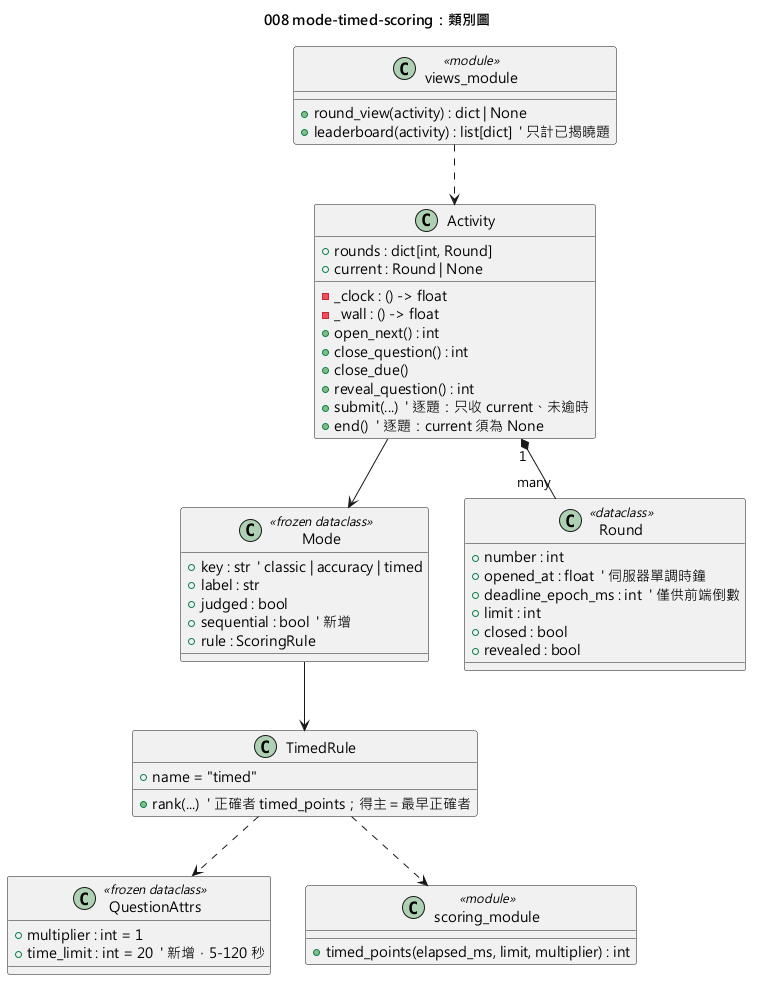
Before: diagrams/008-mode-timed-scoring-class.png, a diagram exported from PlantUML (yue083139/software_fin-speckit).
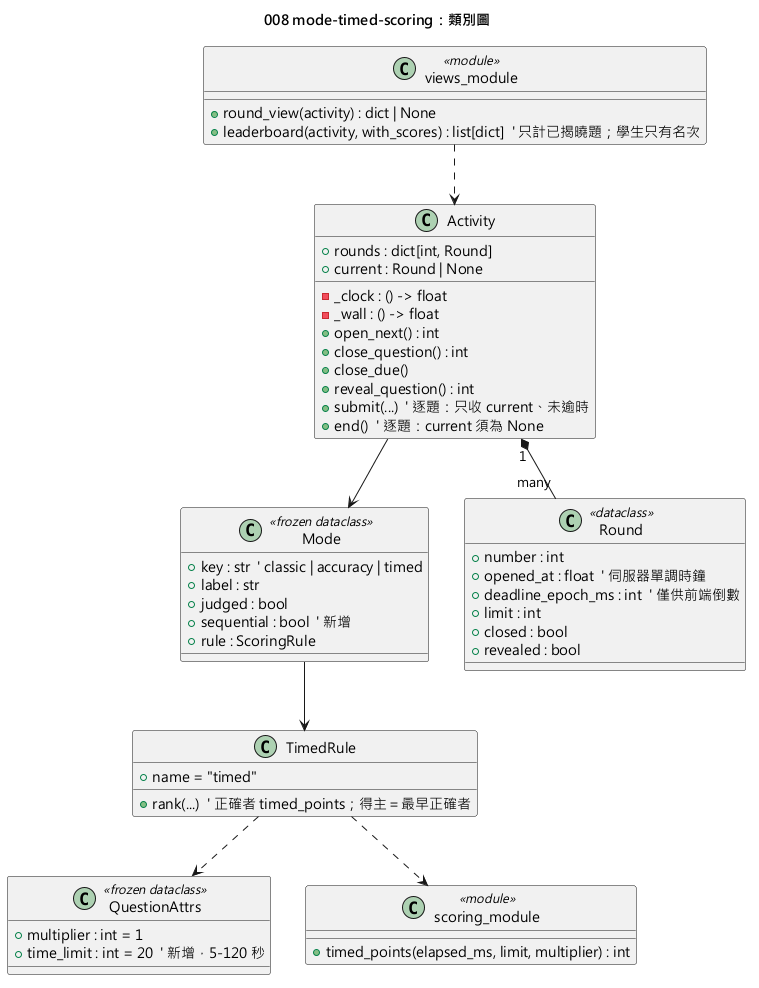
The same diagram one commit later.

What changed in the source:
```diff
@@ -48,7 +48,7 @@
 
 class views_module <<module>> {
   + round_view(activity) : dict | None
-  + leaderboard(activity) : list[dict]  ' 只計已揭曉題
+  + leaderboard(activity, with_scores) : list[dict]  ' 只計已揭曉題；學生只有名次
 }
 
 TimedRule ..> scoring_module
```
